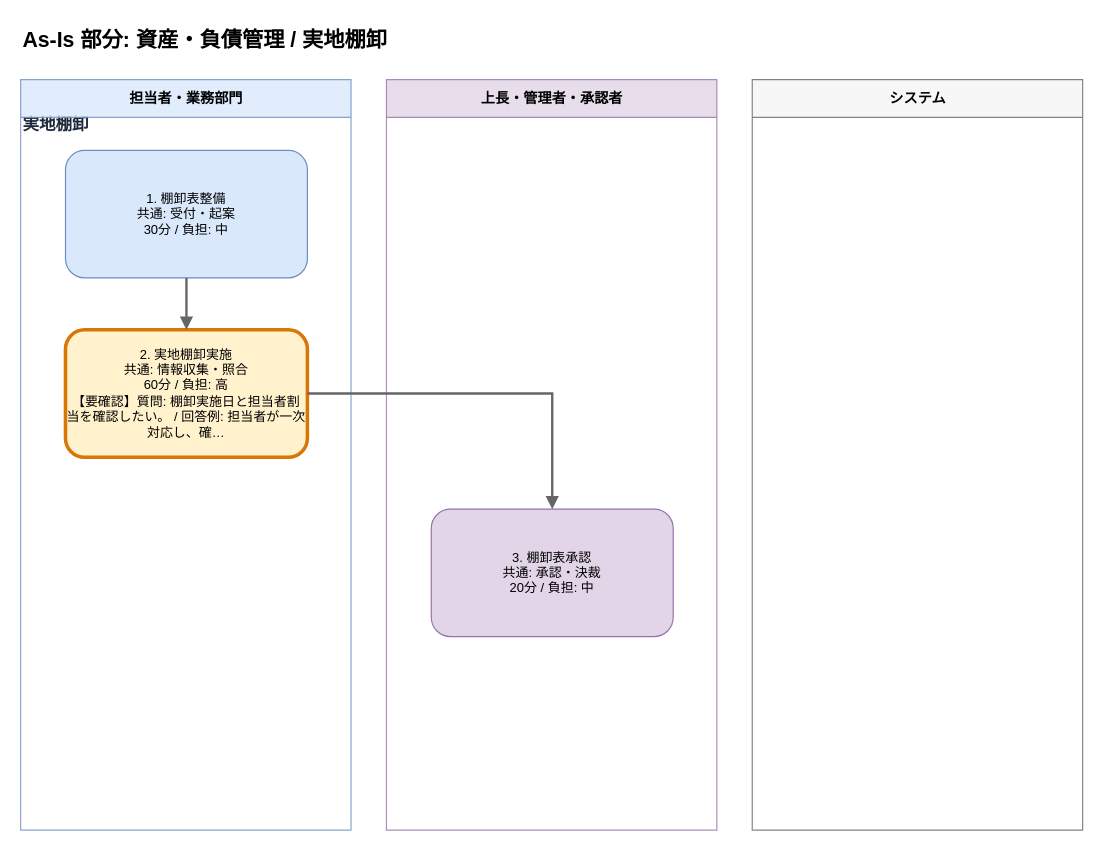
Above: output/flows/asis_資産_負債管理__実地棚卸_20260608.drawio in Toshiki811/ai-business-analysis-heatmap (draw.io), before the change. Source tidied: cells renumbered, new cells numbered last; positions are measured from the earlier drawing's top-left corner, leaving out a move shared by most shapes. Both pictures are drawn from the tidied source at 118%, with x=0, y=0 at pixel (20, 20).
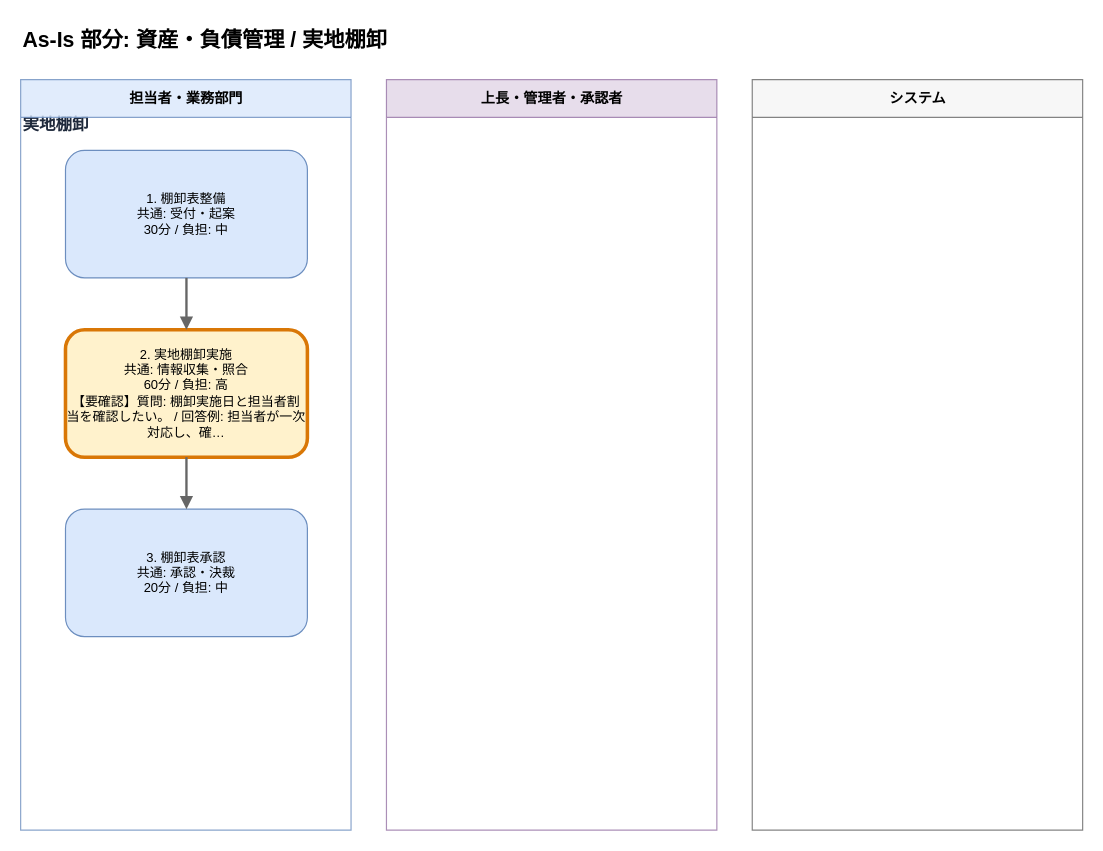
Above is the later version.

The edit, as a diff of the source:
```diff
@@
 <mxGraphModel>
   <root>
     <mxCell id="0" />
     <mxCell id="1" parent="0" />
     <mxCell id="2" value="実地棚卸" style="text;html=1;strokeColor=none;fillColor=none;align=left;verticalAlign=middle;whiteSpace=wrap;fontSize=14;fontStyle=1;fontColor=#1e293b;" parent="1" vertex="1">
       <mxGeometry y="76" width="860" height="24" as="geometry" />
     </mxCell>
     <mxCell id="3" value="As-Is 部分: 資産・負債管理 / 実地棚卸" style="text;html=1;strokeColor=none;fillColor=none;align=left;fontSize=18;fontStyle=1;" parent="1" vertex="1">
       <mxGeometry width="880" height="30" as="geometry" />
     </mxCell>
     <mxCell id="4" value="担当者・業務部門" style="swimlane;horizontal=1;startSize=32;html=1;fillColor=#dae8fc;strokeColor=#6c8ebf;fontSize=12;fontStyle=1;opacity=80;" parent="1" vertex="1">
       <mxGeometry y="50" width="280" height="636" as="geometry" />
     </mxCell>
     <mxCell id="5" value="上長・管理者・承認者" style="swimlane;horizontal=1;startSize=32;html=1;fillColor=#e1d5e7;strokeColor=#9673a6;fontSize=12;fontStyle=1;opacity=80;" parent="1" vertex="1">
       <mxGeometry x="310" y="50" width="280" height="636" as="geometry" />
     </mxCell>
     <mxCell id="6" value="システム" style="swimlane;horizontal=1;startSize=32;html=1;fillColor=#f5f5f5;strokeColor=#666666;fontSize=12;fontStyle=1;opacity=80;" parent="1" vertex="1">
       <mxGeometry x="620" y="50" width="280" height="636" as="geometry" />
     </mxCell>
     <mxCell id="7" value="1. 棚卸表整備&#10;共通: 受付・起案&#10;30分 / 負担: 中" style="rounded=1;whiteSpace=wrap;html=1;fillColor=#dae8fc;strokeColor=#6c8ebf;strokeWidth=1;fontSize=11;fontColor=#000000;" parent="1" vertex="1">
       <mxGeometry x="38" y="110" width="205" height="108" as="geometry" />
     </mxCell>
     <mxCell id="8" value="2. 実地棚卸実施&#10;共通: 情報収集・照合&#10;60分 / 負担: 高&#10;【要確認】質問: 棚卸実施日と担当者割当を確認したい。 / 回答例: 担当者が一次対応し、確…" style="rounded=1;whiteSpace=wrap;html=1;fillColor=#fff2cc;strokeColor=#d97706;strokeWidth=3;fontSize=11;fontColor=#000000;" parent="1" vertex="1">
       <mxGeometry x="38" y="262" width="205" height="108" as="geometry" />
     </mxCell>
-    <mxCell id="9" value="3. 棚卸表承認&#10;共通: 承認・決裁&#10;20分 / 負担: 中" style="rounded=1;whiteSpace=wrap;html=1;fillColor=#e1d5e7;strokeColor=#9673a6;strokeWidth=1;fontSize=11;fontColor=#000000;" parent="1" vertex="1">
-      <mxGeometry x="348" y="414" width="205" height="108" as="geometry" />
+    <mxCell id="9" value="3. 棚卸表承認&#10;共通: 承認・決裁&#10;20分 / 負担: 中" style="rounded=1;whiteSpace=wrap;html=1;fillColor=#dae8fc;strokeColor=#6c8ebf;strokeWidth=1;fontSize=11;fontColor=#000000;" parent="1" vertex="1">
+      <mxGeometry x="38" y="414" width="205" height="108" as="geometry" />
     </mxCell>
     <mxCell id="10" style="edgeStyle=orthogonalEdgeStyle;rounded=0;html=1;strokeColor=#666666;strokeWidth=2;endArrow=block;endFill=1;fontSize=11;fontColor=#1f2937;" parent="1" edge="1" source="7" target="8">
       <mxGeometry relative="1" as="geometry" />
     </mxCell>
     <mxCell id="11" style="edgeStyle=orthogonalEdgeStyle;rounded=0;html=1;strokeColor=#666666;strokeWidth=2;endArrow=block;endFill=1;fontSize=11;fontColor=#1f2937;" parent="1" edge="1" source="8" target="9">
       <mxGeometry relative="1" as="geometry" />
     </mxCell>
   </root>
 </mxGraphModel>
```
